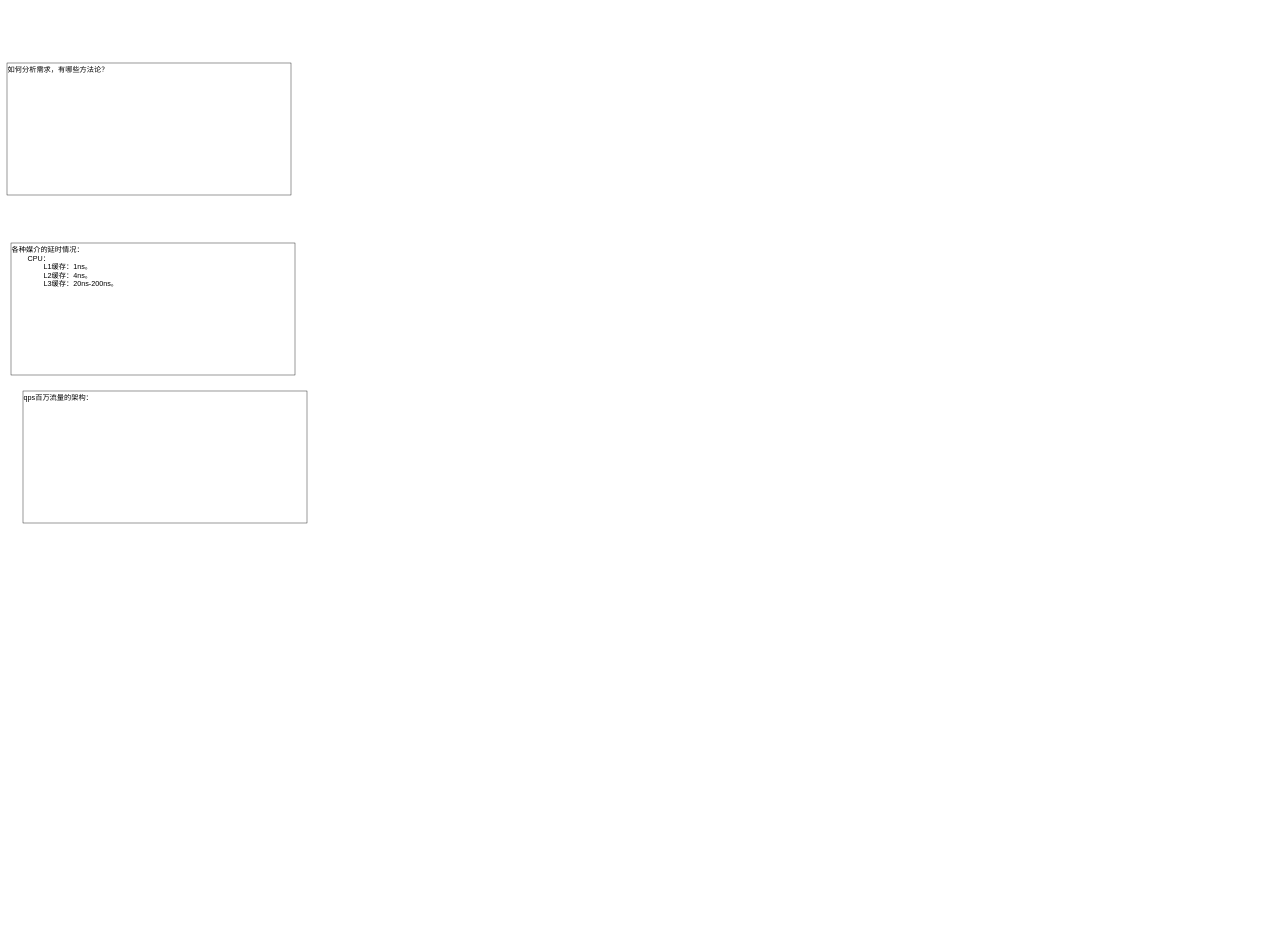
KGwolf/MyDraw keeps this draw.io diagram as JAVA/业务项目.drawio. Above is the earlier version. Source tidied: cells renumbered, new cells numbered last; positions are measured from the earlier drawing's top-left corner, leaving out a move shared by most shapes. Both pictures are drawn from the tidied source at 40%, with x=0, y=0 at pixel (7, 63).
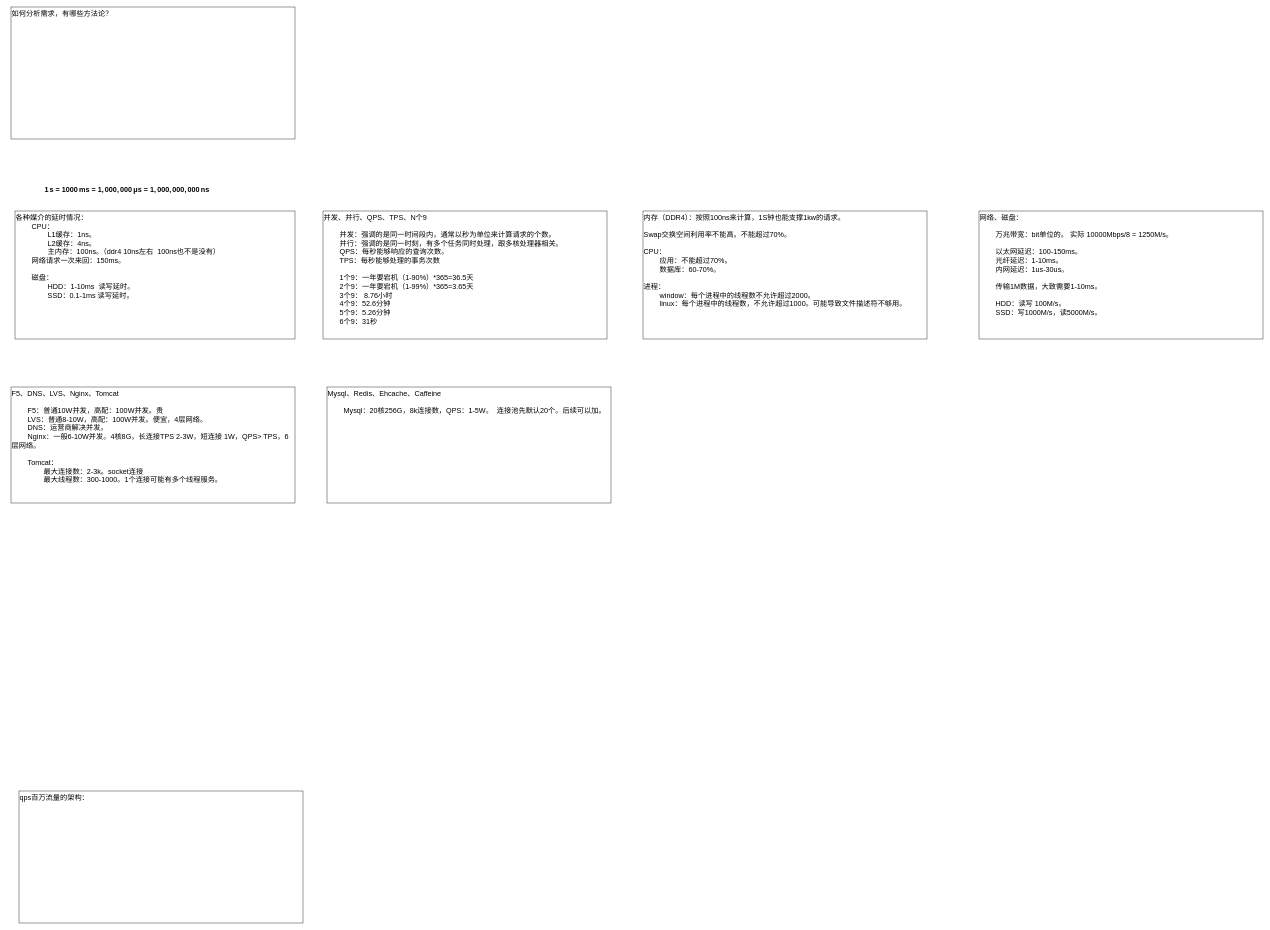
The same page after the edit.

Commit message:
更新业务项目.drawio

Change to the diagram source:
```diff
@@
 <mxGraphModel>
   <root>
     <mxCell id="0" />
     <mxCell id="1" parent="0" />
     <mxCell id="2" value="qps百万流量的架构：&lt;div&gt;&lt;br&gt;&lt;/div&gt;&lt;div&gt;&lt;span style=&quot;white-space: pre;&quot;&gt;&#9;&lt;/span&gt;&lt;br&gt;&lt;/div&gt;" style="rounded=0;whiteSpace=wrap;html=1;fontSize=18;verticalAlign=top;align=left;" parent="1" vertex="1">
-      <mxGeometry x="40" y="820" width="710" height="330" as="geometry" />
+      <mxGeometry x="30" y="1820" width="710" height="330" as="geometry" />
     </mxCell>
-    <mxCell id="3" value="各种媒介的延时情况：&lt;div&gt;&lt;span style=&quot;white-space: pre;&quot;&gt;&#9;&lt;/span&gt;CPU：&lt;br&gt;&lt;/div&gt;&lt;div&gt;&lt;span style=&quot;white-space: pre;&quot;&gt;&#9;&lt;/span&gt;&lt;span style=&quot;white-space: pre;&quot;&gt;&#9;&lt;/span&gt;L1缓存：1ns。&lt;br&gt;&lt;/div&gt;&lt;div&gt;&lt;span style=&quot;white-space: pre;&quot;&gt;&#9;&lt;/span&gt;&lt;span style=&quot;white-space: pre;&quot;&gt;&#9;&lt;/span&gt;L2缓存：4ns。&lt;br&gt;&lt;/div&gt;&lt;div&gt;&lt;span style=&quot;white-space: pre;&quot;&gt;&#9;&lt;/span&gt;&lt;span style=&quot;white-space: pre;&quot;&gt;&#9;&lt;/span&gt;L3缓存：20ns-200ns。&lt;br&gt;&lt;/div&gt;" style="rounded=0;whiteSpace=wrap;html=1;fontSize=18;verticalAlign=top;align=left;" parent="1" vertex="1">
-      <mxGeometry x="10" y="450" width="710" height="330" as="geometry" />
+    <mxCell id="3" value="各种媒介的延时情况：&lt;div&gt;&lt;span style=&quot;white-space: pre;&quot;&gt;&#9;&lt;/span&gt;CPU：&lt;br&gt;&lt;/div&gt;&lt;div&gt;&lt;span style=&quot;white-space: pre;&quot;&gt;&#9;&lt;/span&gt;&lt;span style=&quot;white-space: pre;&quot;&gt;&#9;&lt;/span&gt;L1缓存：1ns。&lt;br&gt;&lt;/div&gt;&lt;div&gt;&lt;span style=&quot;white-space: pre;&quot;&gt;&#9;&lt;/span&gt;&lt;span style=&quot;white-space: pre;&quot;&gt;&#9;&lt;/span&gt;L2缓存：4ns。&lt;br&gt;&lt;/div&gt;&lt;div&gt;&lt;span style=&quot;white-space: pre;&quot;&gt;&#9;&lt;/span&gt;&lt;span style=&quot;white-space: pre;&quot;&gt;&#9;&lt;/span&gt;主内存：100ns。（ddr4 10ns左右&amp;nbsp; 100ns也不是没有）&lt;br&gt;&lt;/div&gt;&lt;div&gt;&lt;span style=&quot;white-space: pre;&quot;&gt;&#9;&lt;/span&gt;网络请求一次来回：150ms。&lt;br&gt;&lt;/div&gt;&lt;div&gt;&lt;br&gt;&lt;/div&gt;&lt;div&gt;&lt;span style=&quot;white-space: pre;&quot;&gt;&#9;&lt;/span&gt;磁盘：&lt;br&gt;&lt;/div&gt;&lt;div&gt;&lt;span style=&quot;white-space: pre;&quot;&gt;&#9;&lt;/span&gt;&lt;span style=&quot;white-space: pre;&quot;&gt;&#9;&lt;/span&gt;HDD：1-10ms&amp;nbsp; 读写延时。&lt;br&gt;&lt;/div&gt;&lt;div&gt;&lt;span style=&quot;white-space: pre;&quot;&gt;&#9;&lt;/span&gt;&lt;span style=&quot;white-space: pre;&quot;&gt;&#9;&lt;/span&gt;SSD：0.1-1ms 读写延时。&lt;br&gt;&lt;/div&gt;&lt;div&gt;&lt;br&gt;&lt;/div&gt;" style="rounded=0;whiteSpace=wrap;html=1;fontSize=18;verticalAlign=top;align=left;" parent="1" vertex="1">
+      <mxGeometry x="20" y="370" width="700" height="320" as="geometry" />
     </mxCell>
     <mxCell id="4" value="如何分析需求，有哪些方法论？" style="rounded=0;whiteSpace=wrap;html=1;fontSize=18;verticalAlign=top;align=left;" parent="1" vertex="1">
-      <mxGeometry width="710" height="330" as="geometry" />
+      <mxGeometry x="10" y="-140" width="710" height="330" as="geometry" />
     </mxCell>
+    <mxCell id="5" value="&lt;span class=&quot;math math-inline&quot; style=&quot;font-size: 18px;&quot;&gt;&lt;span class=&quot;katex&quot; style=&quot;font-size: 18px;&quot;&gt;&lt;span class=&quot;katex-html&quot; aria-hidden=&quot;true&quot; style=&quot;font-size: 18px;&quot;&gt;&lt;span class=&quot;base&quot; style=&quot;font-size: 18px;&quot;&gt;&lt;span class=&quot;mord&quot; style=&quot;font-size: 18px;&quot;&gt;1&lt;/span&gt;&lt;span class=&quot;mspace&quot; style=&quot;margin-right: 0.1667em; font-size: 18px;&quot;&gt;&lt;/span&gt;&lt;span class=&quot;mord mathnormal&quot; style=&quot;font-size: 18px;&quot;&gt;s&lt;/span&gt;&lt;span class=&quot;mspace&quot; style=&quot;margin-right: 0.2778em; font-size: 18px;&quot;&gt;&lt;/span&gt;&lt;span class=&quot;mrel&quot; style=&quot;font-size: 18px;&quot;&gt;=&lt;/span&gt;&lt;span class=&quot;mspace&quot; style=&quot;margin-right: 0.2778em; font-size: 18px;&quot;&gt;&lt;/span&gt;&lt;/span&gt;&lt;span class=&quot;base&quot; style=&quot;font-size: 18px;&quot;&gt;&lt;span class=&quot;strut&quot; style=&quot;height: 0.6444em; font-size: 18px;&quot;&gt;&lt;/span&gt;&lt;span class=&quot;mord&quot; style=&quot;font-size: 18px;&quot;&gt;1000&lt;/span&gt;&lt;span class=&quot;mspace&quot; style=&quot;margin-right: 0.1667em; font-size: 18px;&quot;&gt;&lt;/span&gt;&lt;span class=&quot;mord mathnormal&quot; style=&quot;font-size: 18px;&quot;&gt;m&lt;/span&gt;&lt;span class=&quot;mord mathnormal&quot; style=&quot;font-size: 18px;&quot;&gt;s&lt;/span&gt;&lt;span class=&quot;mspace&quot; style=&quot;margin-right: 0.2778em; font-size: 18px;&quot;&gt;&lt;/span&gt;&lt;span class=&quot;mrel&quot; style=&quot;font-size: 18px;&quot;&gt;=&lt;/span&gt;&lt;span class=&quot;mspace&quot; style=&quot;margin-right: 0.2778em; font-size: 18px;&quot;&gt;&lt;/span&gt;&lt;/span&gt;&lt;span class=&quot;base&quot; style=&quot;font-size: 18px;&quot;&gt;&lt;span class=&quot;strut&quot; style=&quot;height: 0.8389em; vertical-align: -0.1944em; font-size: 18px;&quot;&gt;&lt;/span&gt;&lt;span class=&quot;mord&quot; style=&quot;font-size: 18px;&quot;&gt;1&lt;/span&gt;&lt;span class=&quot;mpunct&quot; style=&quot;font-size: 18px;&quot;&gt;,&lt;/span&gt;&lt;span class=&quot;mspace&quot; style=&quot;margin-right: 0.1667em; font-size: 18px;&quot;&gt;&lt;/span&gt;&lt;span class=&quot;mord&quot; style=&quot;font-size: 18px;&quot;&gt;000&lt;/span&gt;&lt;span class=&quot;mpunct&quot; style=&quot;font-size: 18px;&quot;&gt;,&lt;/span&gt;&lt;span class=&quot;mspace&quot; style=&quot;margin-right: 0.1667em; font-size: 18px;&quot;&gt;&lt;/span&gt;&lt;span class=&quot;mord&quot; style=&quot;font-size: 18px;&quot;&gt;000&lt;/span&gt;&lt;span class=&quot;mspace&quot; style=&quot;margin-right: 0.1667em; font-size: 18px;&quot;&gt;&lt;/span&gt;&lt;span class=&quot;mord mathnormal&quot; style=&quot;font-size: 18px;&quot;&gt;μ&lt;/span&gt;&lt;span class=&quot;mord mathnormal&quot; style=&quot;font-size: 18px;&quot;&gt;s&lt;/span&gt;&lt;span class=&quot;mspace&quot; style=&quot;margin-right: 0.2778em; font-size: 18px;&quot;&gt;&lt;/span&gt;&lt;span class=&quot;mrel&quot; style=&quot;font-size: 18px;&quot;&gt;=&lt;/span&gt;&lt;span class=&quot;mspace&quot; style=&quot;margin-right: 0.2778em; font-size: 18px;&quot;&gt;&lt;/span&gt;&lt;/span&gt;&lt;span class=&quot;base&quot; style=&quot;font-size: 18px;&quot;&gt;&lt;span class=&quot;strut&quot; style=&quot;height: 0.8389em; vertical-align: -0.1944em; font-size: 18px;&quot;&gt;&lt;/span&gt;&lt;span class=&quot;mord&quot; style=&quot;font-size: 18px;&quot;&gt;1&lt;/span&gt;&lt;span class=&quot;mpunct&quot; style=&quot;font-size: 18px;&quot;&gt;,&lt;/span&gt;&lt;span class=&quot;mspace&quot; style=&quot;margin-right: 0.1667em; font-size: 18px;&quot;&gt;&lt;/span&gt;&lt;span class=&quot;mord&quot; style=&quot;font-size: 18px;&quot;&gt;000&lt;/span&gt;&lt;span class=&quot;mpunct&quot; style=&quot;font-size: 18px;&quot;&gt;,&lt;/span&gt;&lt;span class=&quot;mspace&quot; style=&quot;margin-right: 0.1667em; font-size: 18px;&quot;&gt;&lt;/span&gt;&lt;span class=&quot;mord&quot; style=&quot;font-size: 18px;&quot;&gt;000&lt;/span&gt;&lt;span class=&quot;mpunct&quot; style=&quot;font-size: 18px;&quot;&gt;,&lt;/span&gt;&lt;span class=&quot;mspace&quot; style=&quot;margin-right: 0.1667em; font-size: 18px;&quot;&gt;&lt;/span&gt;&lt;span class=&quot;mord&quot; style=&quot;font-size: 18px;&quot;&gt;000&lt;/span&gt;&lt;span class=&quot;mspace&quot; style=&quot;margin-right: 0.1667em; font-size: 18px;&quot;&gt;&lt;/span&gt;&lt;span class=&quot;mord mathnormal&quot; style=&quot;font-size: 18px;&quot;&gt;n&lt;/span&gt;&lt;span class=&quot;mord mathnormal&quot; style=&quot;font-size: 18px;&quot;&gt;s&lt;/span&gt;&lt;/span&gt;&lt;/span&gt;&lt;/span&gt;&lt;/span&gt;" style="text;html=1;align=center;verticalAlign=middle;whiteSpace=wrap;rounded=0;fontSize=18;fontStyle=1;" parent="1" vertex="1">
+      <mxGeometry x="80" y="300" width="440" height="40" as="geometry" />
+    </mxCell>
+    <mxCell id="6" value="&lt;div&gt;并发、并行、QPS、TPS、N个9&lt;/div&gt;&lt;div&gt;&lt;span style=&quot;white-space: pre;&quot;&gt;&#9;&lt;/span&gt;&lt;br&gt;&lt;/div&gt;&lt;div&gt;&lt;span style=&quot;white-space: pre;&quot;&gt;&#9;&lt;/span&gt;并发：强调的是同一时间段内，通常以秒为单位来计算请求的个数。&lt;br&gt;&lt;/div&gt;&lt;div&gt;&lt;span style=&quot;white-space: pre;&quot;&gt;&#9;&lt;/span&gt;并行：强调的是同一时刻，有多个任务同时处理，跟多核处理器相关。&lt;br&gt;&lt;/div&gt;&lt;div&gt;&lt;span style=&quot;white-space: pre;&quot;&gt;&#9;&lt;/span&gt;QPS：每秒能够响应的查询次数。&lt;br&gt;&lt;/div&gt;&lt;div&gt;&lt;span style=&quot;white-space: pre;&quot;&gt;&#9;&lt;/span&gt;TPS：每秒能够处理的事务次数&lt;br&gt;&lt;/div&gt;&lt;div&gt;&lt;span style=&quot;white-space: pre;&quot;&gt;&#9;&lt;/span&gt;&lt;br&gt;&lt;/div&gt;&lt;div&gt;&lt;span style=&quot;white-space: pre;&quot;&gt;&#9;&lt;/span&gt;1个9：一年要宕机（1-90%）*365=36.5天&lt;br&gt;&lt;/div&gt;&lt;div&gt;&lt;span style=&quot;white-space: pre;&quot;&gt;&#9;&lt;/span&gt;2个9：一年要宕机（1-99%）*365=3.65天&lt;br&gt;&lt;/div&gt;&lt;div&gt;&lt;span style=&quot;white-space: pre;&quot;&gt;&#9;&lt;/span&gt;3个9： 8.76小时&lt;br&gt;&lt;/div&gt;&lt;div&gt;&lt;span style=&quot;white-space: pre;&quot;&gt;&#9;&lt;/span&gt;4个9：52.6分钟&lt;br&gt;&lt;/div&gt;&lt;div&gt;&lt;span style=&quot;white-space: pre;&quot;&gt;&#9;&lt;/span&gt;5个9：5.26分钟&lt;br&gt;&lt;/div&gt;&lt;div&gt;&lt;span style=&quot;white-space: pre;&quot;&gt;&#9;&lt;/span&gt;6个9：31秒&lt;br&gt;&lt;/div&gt;" style="rounded=0;whiteSpace=wrap;html=1;fontSize=18;verticalAlign=top;align=left;" parent="1" vertex="1">
+      <mxGeometry x="790" y="370" width="710" height="320" as="geometry" />
+    </mxCell>
+    <mxCell id="7" value="&lt;div&gt;内存（DDR4）：按照100ns来计算，1S钟也能支撑1kw的请求。&lt;/div&gt;&lt;div&gt;&lt;br&gt;&lt;/div&gt;&lt;div&gt;Swap交换空间利用率不能高。不能超过70%。&lt;/div&gt;&lt;div&gt;&lt;br&gt;&lt;/div&gt;&lt;div&gt;CPU：&lt;/div&gt;&lt;div&gt;&lt;span style=&quot;white-space: pre;&quot;&gt;&#9;&lt;/span&gt;应用：不能超过70%。&lt;br&gt;&lt;/div&gt;&lt;div&gt;&lt;span style=&quot;white-space: pre;&quot;&gt;&#9;&lt;/span&gt;数据库：60-70%。&lt;br&gt;&lt;/div&gt;&lt;div&gt;&lt;br&gt;&lt;/div&gt;&lt;div&gt;进程：&lt;/div&gt;&lt;div&gt;&lt;span style=&quot;white-space: pre;&quot;&gt;&#9;&lt;/span&gt;window：每个进程中的线程数不允许超过2000。&lt;/div&gt;&lt;div&gt;&lt;span style=&quot;white-space: pre;&quot;&gt;&#9;&lt;/span&gt;linux：每个进程中的线程数，不允许超过1000。可能导致文件描述符不够用。&lt;br&gt;&lt;/div&gt;&lt;div&gt;&lt;br&gt;&lt;/div&gt;" style="rounded=0;whiteSpace=wrap;html=1;fontSize=18;verticalAlign=top;align=left;" parent="1" vertex="1">
+      <mxGeometry x="1590" y="370" width="710" height="320" as="geometry" />
+    </mxCell>
+    <mxCell id="8" value="&lt;div&gt;网络、磁盘：&lt;/div&gt;&lt;div&gt;&lt;br&gt;&lt;/div&gt;&lt;div&gt;&lt;span style=&quot;white-space: pre;&quot;&gt;&#9;&lt;/span&gt;万兆带宽：bit单位的。 实际 10000Mbps/8 = 1250M/s。&lt;br&gt;&lt;/div&gt;&lt;div&gt;&lt;br&gt;&lt;/div&gt;&lt;div&gt;&lt;span style=&quot;white-space: pre;&quot;&gt;&#9;&lt;/span&gt;以太网延迟：100-150ms。&lt;br&gt;&lt;/div&gt;&lt;div&gt;&lt;span style=&quot;white-space: pre;&quot;&gt;&#9;&lt;/span&gt;光纤延迟：1-10ms。&lt;br&gt;&lt;/div&gt;&lt;div&gt;&lt;span style=&quot;white-space: pre;&quot;&gt;&#9;&lt;/span&gt;内网延迟：1us-30us。&lt;br&gt;&lt;/div&gt;&lt;div&gt;&lt;span style=&quot;white-space: pre;&quot;&gt;&#9;&lt;/span&gt;&lt;br&gt;&lt;/div&gt;&lt;div&gt;&lt;span style=&quot;white-space: pre;&quot;&gt;&#9;&lt;/span&gt;传输1M数据，大致需要1-10ms。&lt;br&gt;&lt;/div&gt;&lt;div&gt;&lt;br&gt;&lt;/div&gt;&lt;div&gt;&lt;span style=&quot;white-space: pre;&quot;&gt;&#9;&lt;/span&gt;HDD：读写 100M/s。&lt;br&gt;&lt;/div&gt;&lt;div&gt;&lt;span style=&quot;white-space: pre;&quot;&gt;&#9;&lt;/span&gt;SSD：写1000M/s，读5000M/s。&lt;br&gt;&lt;/div&gt;&lt;div&gt;&lt;br&gt;&lt;/div&gt;" style="rounded=0;whiteSpace=wrap;html=1;fontSize=18;verticalAlign=top;align=left;" parent="1" vertex="1">
+      <mxGeometry x="2430" y="370" width="710" height="320" as="geometry" />
+    </mxCell>
+    <mxCell id="9" value="&lt;div&gt;F5、DNS、LVS、Nginx、Tomcat&lt;/div&gt;&lt;div&gt;&lt;br&gt;&lt;/div&gt;&lt;div&gt;&lt;span style=&quot;white-space: pre;&quot;&gt;&#9;&lt;/span&gt;F5：普通10W并发，高配：100W并发。贵&lt;br&gt;&lt;/div&gt;&lt;div&gt;&lt;span style=&quot;white-space: pre;&quot;&gt;&#9;&lt;/span&gt;LVS：普通8-10W，高配：100W并发。便宜，4层网络。&lt;br&gt;&lt;/div&gt;&lt;div&gt;&lt;span style=&quot;white-space: pre;&quot;&gt;&#9;&lt;/span&gt;DNS：运营商解决并发。&lt;br&gt;&lt;/div&gt;&lt;div&gt;&lt;span style=&quot;white-space: pre;&quot;&gt;&#9;&lt;/span&gt;Nginx：一般6-10W并发。4核8G，长连接TPS 2-3W，短连接 1W，QPS&amp;gt; TPS，6层网络。&lt;br&gt;&lt;/div&gt;&lt;div&gt;&lt;br&gt;&lt;/div&gt;&lt;div&gt;&lt;span style=&quot;white-space: pre;&quot;&gt;&#9;&lt;/span&gt;Tomcat：&lt;br&gt;&lt;/div&gt;&lt;div&gt;&lt;span style=&quot;white-space: pre;&quot;&gt;&#9;&lt;/span&gt;&lt;span style=&quot;white-space: pre;&quot;&gt;&#9;&lt;/span&gt;最大连接数：2-3k。socket连接&lt;br&gt;&lt;/div&gt;&lt;div&gt;&lt;span style=&quot;white-space: pre;&quot;&gt;&#9;&lt;/span&gt;&lt;span style=&quot;white-space: pre;&quot;&gt;&#9;&lt;/span&gt;最大线程数：300-1000。1个连接可能有多个线程服务。&lt;br&gt;&lt;/div&gt;&lt;div&gt;&lt;span style=&quot;white-space: pre;&quot;&gt;&#9;&lt;/span&gt;&lt;span style=&quot;white-space: pre;&quot;&gt;&#9;&lt;/span&gt;&lt;br&gt;&lt;/div&gt;" style="rounded=0;whiteSpace=wrap;html=1;fontSize=18;verticalAlign=top;align=left;" parent="1" vertex="1">
+      <mxGeometry x="10" y="810" width="710" height="290" as="geometry" />
+    </mxCell>
+    <mxCell id="10" value="&lt;div&gt;Mysql、Redis、Ehcache、Caffeine&lt;/div&gt;&lt;div&gt;&lt;br&gt;&lt;/div&gt;&lt;div&gt;&lt;span style=&quot;white-space: pre;&quot;&gt;&#9;&lt;/span&gt;Mysql：20核256G，8k连接数，QPS：1-5W。&amp;nbsp; 连接池先默认20个。后续可以加。&lt;br&gt;&lt;/div&gt;" style="rounded=0;whiteSpace=wrap;html=1;fontSize=18;verticalAlign=top;align=left;" parent="1" vertex="1">
+      <mxGeometry x="800" y="810" width="710" height="290" as="geometry" />
+    </mxCell>
   </root>
 </mxGraphModel>
```
